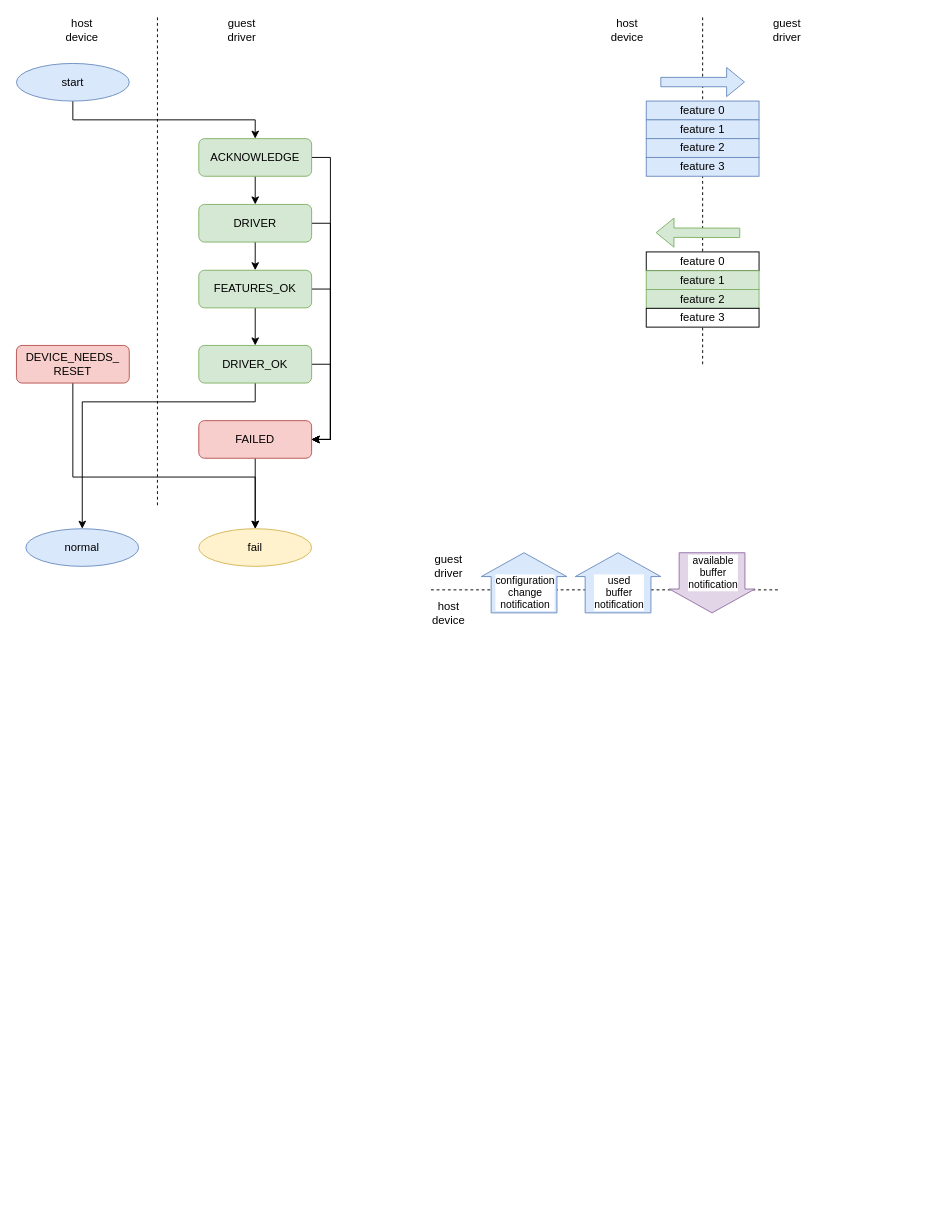
Earlier version of the draw.io diagram doc/pic/virtio-spec.drawio (AlanoSong/virtio-spec-zh). Source tidied: cells renumbered, new cells numbered last; positions are measured from the earlier drawing's top-left corner, leaving out a move shared by most shapes. Both pictures are drawn from the tidied source at 94%, with x=0, y=0 at pixel (16, 16).
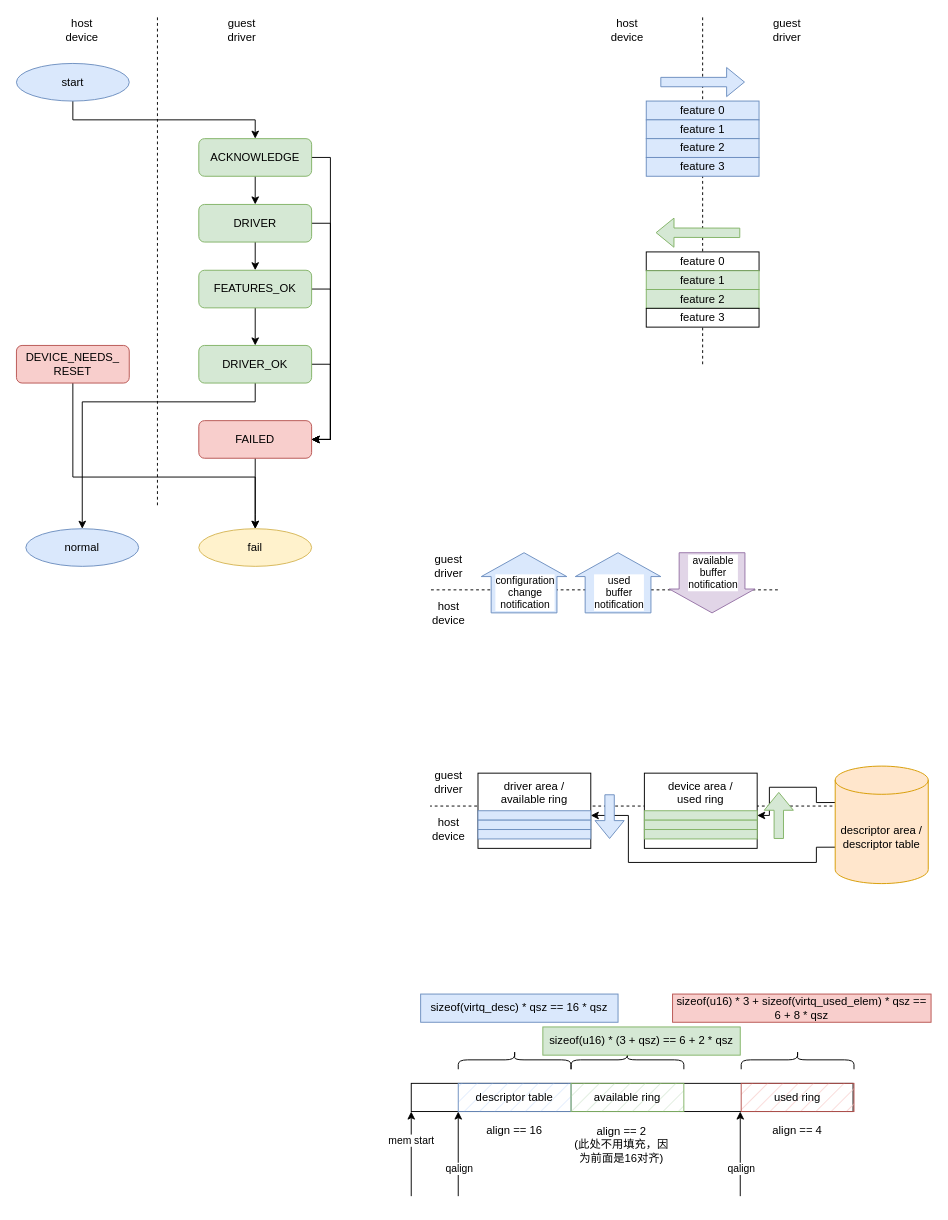
The same page after the edit.

Change to the diagram source:
```diff
@@
+    <mxCell id="47" style="endArrow=none;dashed=1;html=1;rounded=0;" parent="1" edge="1">
+      <mxGeometry relative="1" as="geometry">
+        <mxPoint x="940" y="840" as="sourcePoint" />
+        <mxPoint x="440" y="840" as="targetPoint" />
+      </mxGeometry>
+    </mxCell>
+    <mxCell id="48" value="host device" style="text;html=1;whiteSpace=wrap;strokeColor=none;fillColor=none;align=center;verticalAlign=middle;rounded=0;" parent="1" vertex="1">
+      <mxGeometry x="430" y="850" width="60" height="30" as="geometry" />
+    </mxCell>
+    <mxCell id="49" value="guest driver" style="text;html=1;whiteSpace=wrap;strokeColor=none;fillColor=none;align=center;verticalAlign=middle;rounded=0;" parent="1" vertex="1">
+      <mxGeometry x="430" y="800" width="60" height="30" as="geometry" />
+    </mxCell>
+    <mxCell id="50" value="driver area /&lt;div&gt;available ring&lt;/div&gt;" style="rounded=0;whiteSpace=wrap;html=1;verticalAlign=top;align=center;" parent="1" vertex="1">
+      <mxGeometry x="491" y="805" width="120" height="80" as="geometry" />
+    </mxCell>
+    <mxCell id="51" style="rounded=0;whiteSpace=wrap;html=1;fillColor=#dae8fc;strokeColor=#6c8ebf;" parent="1" vertex="1">
+      <mxGeometry x="491" y="845" width="120" height="10" as="geometry" />
+    </mxCell>
+    <mxCell id="52" style="rounded=0;whiteSpace=wrap;html=1;fillColor=#dae8fc;strokeColor=#6c8ebf;" parent="1" vertex="1">
+      <mxGeometry x="491" y="855" width="120" height="10" as="geometry" />
+    </mxCell>
+    <mxCell id="53" style="rounded=0;whiteSpace=wrap;html=1;fillColor=#dae8fc;strokeColor=#6c8ebf;" parent="1" vertex="1">
+      <mxGeometry x="491" y="865" width="120" height="10" as="geometry" />
+    </mxCell>
+    <mxCell id="54" value="device area /&lt;div&gt;used ring&lt;/div&gt;" style="rounded=0;whiteSpace=wrap;html=1;verticalAlign=top;align=center;" parent="1" vertex="1">
+      <mxGeometry x="668" y="805" width="120" height="80" as="geometry" />
+    </mxCell>
+    <mxCell id="55" style="rounded=0;whiteSpace=wrap;html=1;fillColor=#d5e8d4;strokeColor=#82b366;" parent="1" vertex="1">
+      <mxGeometry x="668" y="845" width="120" height="10" as="geometry" />
+    </mxCell>
+    <mxCell id="56" style="rounded=0;whiteSpace=wrap;html=1;fillColor=#d5e8d4;strokeColor=#82b366;" parent="1" vertex="1">
+      <mxGeometry x="668" y="855" width="120" height="10" as="geometry" />
+    </mxCell>
+    <mxCell id="57" style="rounded=0;whiteSpace=wrap;html=1;fillColor=#d5e8d4;strokeColor=#82b366;" parent="1" vertex="1">
+      <mxGeometry x="668" y="865" width="120" height="10" as="geometry" />
+    </mxCell>
+    <mxCell id="58" style="edgeStyle=orthogonalEdgeStyle;rounded=0;jettySize=auto;html=1;exitX=0;exitY=0;exitDx=0;exitDy=86.25;exitPerimeter=0;entryX=1;entryY=0.5;entryDx=0;entryDy=0;" parent="1" edge="1" source="60" target="51">
+      <mxGeometry relative="1" as="geometry">
+        <Array as="points">
+          <mxPoint x="851" y="884" />
+          <mxPoint x="851" y="900" />
+          <mxPoint x="651" y="900" />
+          <mxPoint x="651" y="850" />
+        </Array>
+      </mxGeometry>
+    </mxCell>
+    <mxCell id="59" style="edgeStyle=orthogonalEdgeStyle;rounded=0;jettySize=auto;html=1;exitX=0;exitY=0;exitDx=0;exitDy=38.75;exitPerimeter=0;entryX=1;entryY=0.5;entryDx=0;entryDy=0;" parent="1" edge="1" source="60" target="55">
+      <mxGeometry relative="1" as="geometry">
+        <Array as="points">
+          <mxPoint x="851" y="836" />
+          <mxPoint x="851" y="820" />
+          <mxPoint x="801" y="820" />
+          <mxPoint x="801" y="850" />
+        </Array>
+      </mxGeometry>
+    </mxCell>
+    <mxCell id="60" value="descriptor&amp;nbsp;&lt;span style=&quot;background-color: transparent; color: light-dark(rgb(0, 0, 0), rgb(255, 255, 255));&quot;&gt;area /&lt;/span&gt;&lt;div&gt;descriptor&amp;nbsp;&lt;span style=&quot;background-color: transparent; color: light-dark(rgb(0, 0, 0), rgb(255, 255, 255));&quot;&gt;table&lt;/span&gt;&lt;/div&gt;" style="shape=cylinder3;whiteSpace=wrap;html=1;boundedLbl=1;backgroundOutline=1;size=15;fillColor=#ffe6cc;strokeColor=#d79b00;" parent="1" vertex="1">
+      <mxGeometry x="871" y="797.5" width="99" height="125" as="geometry" />
+    </mxCell>
+    <mxCell id="61" style="shape=flexArrow;endArrow=classic;html=1;rounded=0;fillColor=#dae8fc;strokeColor=#6c8ebf;" parent="1" edge="1">
+      <mxGeometry relative="1" as="geometry">
+        <mxPoint x="631" y="827.5" as="sourcePoint" />
+        <mxPoint x="631" y="875" as="targetPoint" />
+      </mxGeometry>
+    </mxCell>
+    <mxCell id="62" style="rounded=0;whiteSpace=wrap;html=1;" parent="1" vertex="1">
+      <mxGeometry x="420" y="1135" width="470" height="30" as="geometry" />
+    </mxCell>
+    <mxCell id="63" style="shape=flexArrow;endArrow=classic;html=1;rounded=0;fillColor=#d5e8d4;strokeColor=#82b366;" parent="1" edge="1">
+      <mxGeometry relative="1" as="geometry">
+        <mxPoint x="811" y="875" as="sourcePoint" />
+        <mxPoint x="811" y="825" as="targetPoint" />
+      </mxGeometry>
+    </mxCell>
+    <mxCell id="64" value="descriptor table" style="rounded=0;whiteSpace=wrap;html=1;fillStyle=hatch;fillColor=#dae8fc;strokeColor=#6c8ebf;" parent="1" vertex="1">
+      <mxGeometry x="470" y="1135" width="120" height="30" as="geometry" />
+    </mxCell>
+    <mxCell id="65" value="available ring" style="rounded=0;whiteSpace=wrap;html=1;fillColor=#d5e8d4;strokeColor=#82b366;fillStyle=hatch;" parent="1" vertex="1">
+      <mxGeometry x="590" y="1135" width="120" height="30" as="geometry" />
+    </mxCell>
+    <mxCell id="66" value="used ring" style="rounded=0;whiteSpace=wrap;html=1;fillColor=#f8cecc;strokeColor=#b85450;fillStyle=hatch;" parent="1" vertex="1">
+      <mxGeometry x="771" y="1135" width="120" height="30" as="geometry" />
+    </mxCell>
+    <mxCell id="67" style="endArrow=classic;html=1;rounded=0;entryX=0;entryY=1;entryDx=0;entryDy=0;" parent="1" edge="1" target="62">
+      <mxGeometry relative="1" as="geometry">
+        <mxPoint x="420" y="1255" as="sourcePoint" />
+      </mxGeometry>
+    </mxCell>
+    <mxCell id="68" value="mem start" style="edgeLabel;html=1;align=center;verticalAlign=middle;" parent="67" vertex="1">
+      <mxGeometry x="0.1" y="2" relative="1" as="geometry">
+        <mxPoint x="2" y="-10" as="offset" />
+      </mxGeometry>
+    </mxCell>
+    <mxCell id="69" style="endArrow=classic;html=1;rounded=0;entryX=0;entryY=1;entryDx=0;entryDy=0;" parent="1" edge="1" target="64">
+      <mxGeometry relative="1" as="geometry">
+        <mxPoint x="470" y="1255" as="sourcePoint" />
+      </mxGeometry>
+    </mxCell>
+    <mxCell id="70" value="qalign" style="edgeLabel;html=1;align=center;verticalAlign=middle;" parent="69" vertex="1">
+      <mxGeometry x="-0.04" y="1" relative="1" as="geometry">
+        <mxPoint x="1" y="13" as="offset" />
+      </mxGeometry>
+    </mxCell>
+    <mxCell id="71" style="shape=curlyBracket;whiteSpace=wrap;html=1;rounded=1;flipH=1;labelPosition=right;verticalLabelPosition=middle;align=left;verticalAlign=middle;legacyAnchorPoints=0;rotation=-90;" parent="1" vertex="1">
+      <mxGeometry x="640" y="1050" width="20" height="120" as="geometry" />
+    </mxCell>
+    <mxCell id="72" value="sizeof(u16) * (3 + qsz) == 6 + 2 * qsz" style="text;html=1;whiteSpace=wrap;strokeColor=#82b366;fillColor=#d5e8d4;align=center;verticalAlign=middle;rounded=0;" parent="1" vertex="1">
+      <mxGeometry x="560" y="1075" width="210" height="30" as="geometry" />
+    </mxCell>
+    <mxCell id="73" style="shape=curlyBracket;whiteSpace=wrap;html=1;rounded=1;flipH=1;labelPosition=right;verticalLabelPosition=middle;align=left;verticalAlign=middle;legacyAnchorPoints=0;rotation=-90;" parent="1" vertex="1">
+      <mxGeometry x="520" y="1050" width="20" height="120" as="geometry" />
+    </mxCell>
+    <mxCell id="74" value="sizeof(virtq_desc) * qsz == 16 * qsz" style="text;html=1;whiteSpace=wrap;strokeColor=#6c8ebf;fillColor=#dae8fc;align=center;verticalAlign=middle;rounded=0;" parent="1" vertex="1">
+      <mxGeometry x="430" y="1040" width="210" height="30" as="geometry" />
+    </mxCell>
+    <mxCell id="75" value="align == 16" style="text;html=1;whiteSpace=wrap;strokeColor=none;fillColor=none;align=center;verticalAlign=middle;rounded=0;" parent="1" vertex="1">
+      <mxGeometry x="490" y="1170" width="80" height="30" as="geometry" />
+    </mxCell>
+    <mxCell id="76" value="align == 2&lt;div&gt;(此处不用填充，因为前面是16对齐)&lt;/div&gt;" style="text;html=1;whiteSpace=wrap;strokeColor=none;fillColor=none;align=center;verticalAlign=middle;rounded=0;" parent="1" vertex="1">
+      <mxGeometry x="590" y="1185" width="108" height="30" as="geometry" />
+    </mxCell>
+    <mxCell id="77" value="align == 4" style="text;html=1;whiteSpace=wrap;strokeColor=none;fillColor=none;align=center;verticalAlign=middle;rounded=0;" parent="1" vertex="1">
+      <mxGeometry x="801" y="1170" width="60" height="30" as="geometry" />
+    </mxCell>
+    <mxCell id="78" style="shape=curlyBracket;whiteSpace=wrap;html=1;rounded=1;flipH=1;labelPosition=right;verticalLabelPosition=middle;align=left;verticalAlign=middle;legacyAnchorPoints=0;rotation=-90;" parent="1" vertex="1">
+      <mxGeometry x="821" y="1050" width="20" height="120" as="geometry" />
+    </mxCell>
+    <mxCell id="79" value="sizeof(u16) * 3 + sizeof(virtq_used_elem) * qsz ==&lt;div&gt;6 + 8 * qsz&lt;/div&gt;" style="text;html=1;whiteSpace=wrap;strokeColor=#b85450;fillColor=#f8cecc;align=center;verticalAlign=middle;rounded=0;" parent="1" vertex="1">
+      <mxGeometry x="698" y="1040" width="275" height="30" as="geometry" />
+    </mxCell>
+    <mxCell id="80" style="endArrow=classic;html=1;rounded=0;entryX=0;entryY=1;entryDx=0;entryDy=0;" parent="1" edge="1">
+      <mxGeometry relative="1" as="geometry">
+        <mxPoint x="770" y="1255" as="sourcePoint" />
+        <mxPoint x="770" y="1165" as="targetPoint" />
+      </mxGeometry>
+    </mxCell>
+    <mxCell id="81" value="qalign" style="edgeLabel;html=1;align=center;verticalAlign=middle;" parent="80" vertex="1">
+      <mxGeometry x="-0.04" y="1" relative="1" as="geometry">
+        <mxPoint x="1" y="13" as="offset" />
+      </mxGeometry>
+    </mxCell>
```
